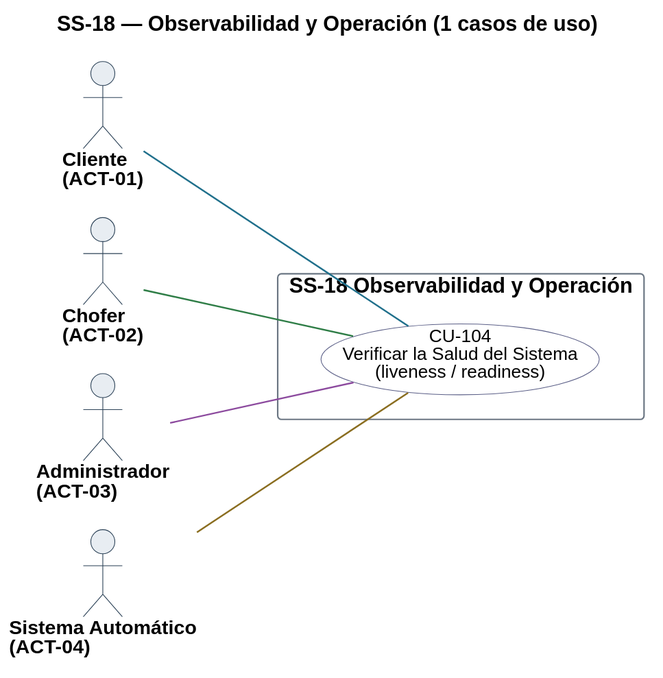
This is diagramas/uml/CU_SS-18_Observabilidad-Y-Operacion.svg from Nahuelito-Dev/splg-docs, a PlantUML export, as it was before one commit.
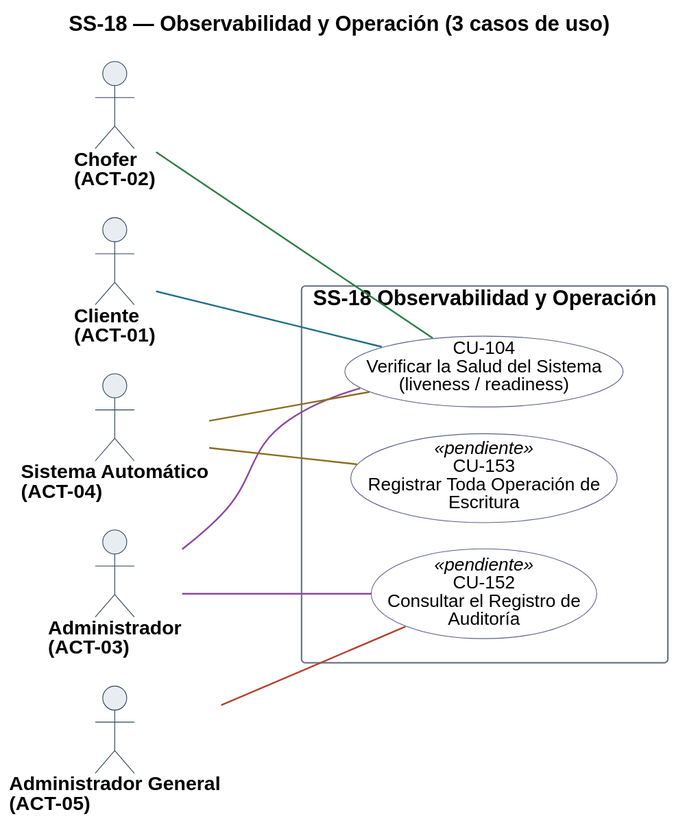
After the change.

Diff of the diagram source:
```diff
@@ -1,5 +1,5 @@
 @startuml
-title SS-18 — Observabilidad y Operación (1 casos de uso)
+title SS-18 — Observabilidad y Operación (3 casos de uso)
 left to right direction
 skinparam backgroundColor #FFFFFF
 skinparam shadowing false
@@ -38,13 +38,19 @@
 actor "Chofer\n(ACT-02)" as A02
 actor "Administrador\n(ACT-03)" as A03
 actor "Sistema Automático\n(ACT-04)" as A04
+actor "Administrador General\n(ACT-05)" as A05
 
 rectangle "SS-18 Observabilidad y Operación" {
   usecase "CU-104\nVerificar la Salud del Sistema\n(liveness / readiness)" as U104 #back:FFFFFF;line:5B5F87
+  usecase "CU-152\nConsultar el Registro de\nAuditoría" as U152 <<pendiente>> #back:FFFFFF;line:5B5F87
+  usecase "CU-153\nRegistrar Toda Operación de\nEscritura" as U153 <<pendiente>> #back:FFFFFF;line:5B5F87
 }
 
 A01 -[#1F6F8B]- U104
 A02 -[#2E7D46]- U104
 A03 -[#8C4A9E]- U104
+A03 -[#8C4A9E]- U152
 A04 -[#8A6D1F]- U104
+A04 -[#8A6D1F]- U153
+A05 -[#B4432B]- U152
 @enduml
```
